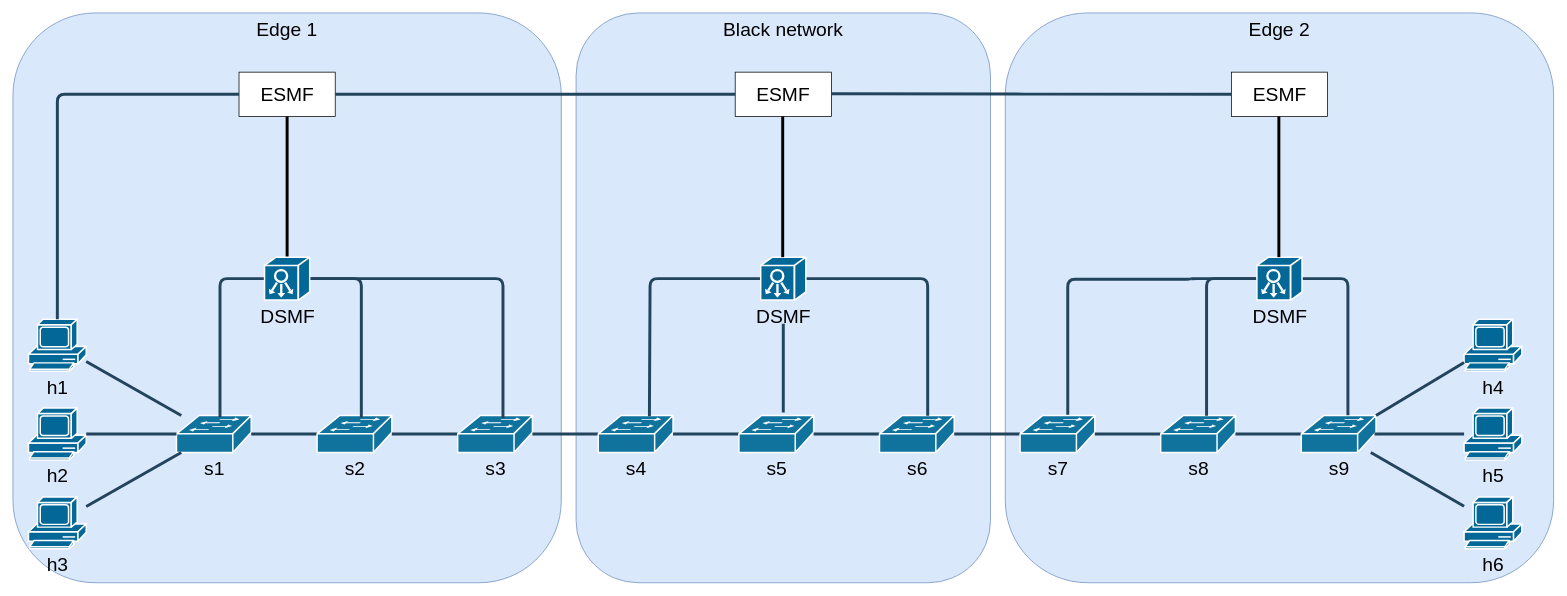
Earlier version of the draw.io diagram Suggested_topology.drawio (FriwiDev/thesis). Source tidied: cells renumbered, new cells numbered last; positions are measured from the earlier drawing's top-left corner, leaving out a move shared by most shapes. Both pictures are drawn from the tidied source at 74%, with x=0, y=0 at pixel (13, 13).
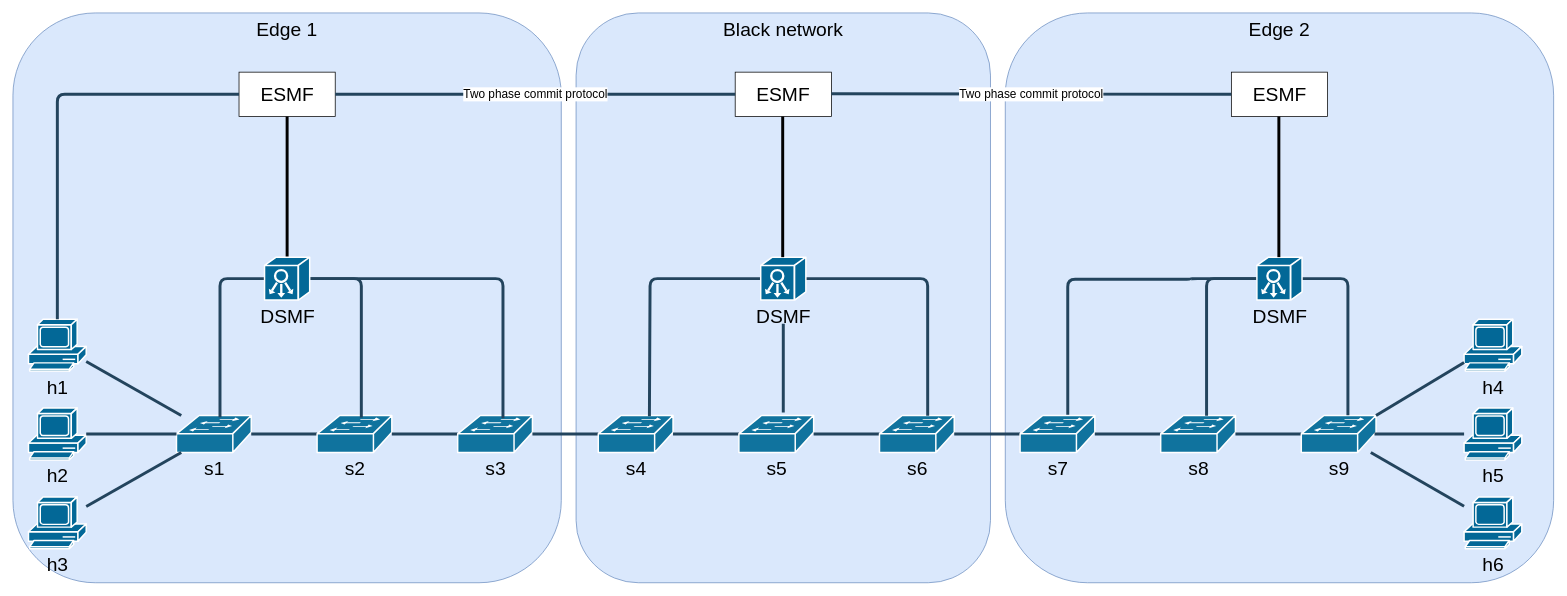
After the change.

The change refers to these unchanged cells:
```xml
<mxCell id="43" value="&lt;font style=&quot;font-size: 26px;&quot;&gt;ESMF&lt;/font&gt;" style="rounded=0;whiteSpace=wrap;html=1;" parent="1" vertex="1">
  <mxGeometry x="305.5" y="80" width="130" height="60" as="geometry" />
</mxCell>
<mxCell id="48" value="&lt;font style=&quot;font-size: 26px;&quot;&gt;ESMF&lt;/font&gt;" style="rounded=0;whiteSpace=wrap;html=1;" parent="1" vertex="1">
  <mxGeometry x="1646.5" y="80" width="130" height="60" as="geometry" />
</mxCell>
<mxCell id="49" value="&lt;font style=&quot;font-size: 26px;&quot;&gt;ESMF&lt;/font&gt;" style="rounded=0;whiteSpace=wrap;html=1;" parent="1" vertex="1">
  <mxGeometry x="976" y="80" width="130" height="60" as="geometry" />
</mxCell>
```

The edit, as a diff of the source:
```diff
@@
-    <mxCell id="50" style="edgeStyle=orthogonalEdgeStyle;rounded=1;html=1;strokeColor=#23445D;endArrow=none;endFill=0;strokeWidth=4;exitX=1;exitY=0.5;exitDx=0;exitDy=0;entryX=0;entryY=0.5;entryDx=0;entryDy=0;" parent="1" edge="1" source="43" target="49">
+    <mxCell id="50" value="Two phase commit protocol" style="edgeStyle=orthogonalEdgeStyle;rounded=1;html=1;strokeColor=#23445D;endArrow=none;endFill=0;strokeWidth=4;exitX=1;exitY=0.5;exitDx=0;exitDy=0;entryX=0;entryY=0.5;entryDx=0;entryDy=0;fontSize=16;" parent="1" edge="1" source="43" target="49">
       <mxGeometry relative="1" as="geometry" />
     </mxCell>
-    <mxCell id="51" style="edgeStyle=orthogonalEdgeStyle;rounded=1;html=1;strokeColor=#23445D;endArrow=none;endFill=0;strokeWidth=4;exitX=1;exitY=0.5;exitDx=0;exitDy=0;" parent="1" edge="1" target="48">
+    <mxCell id="51" value="Two phase commit protocol" style="edgeStyle=orthogonalEdgeStyle;rounded=1;html=1;strokeColor=#23445D;endArrow=none;endFill=0;strokeWidth=4;exitX=1;exitY=0.5;exitDx=0;exitDy=0;fontSize=16;" parent="1" edge="1" target="48">
       <mxGeometry relative="1" as="geometry">
         <mxPoint x="1106" y="109.2" as="sourcePoint" />
       </mxGeometry>
     </mxCell>
```
